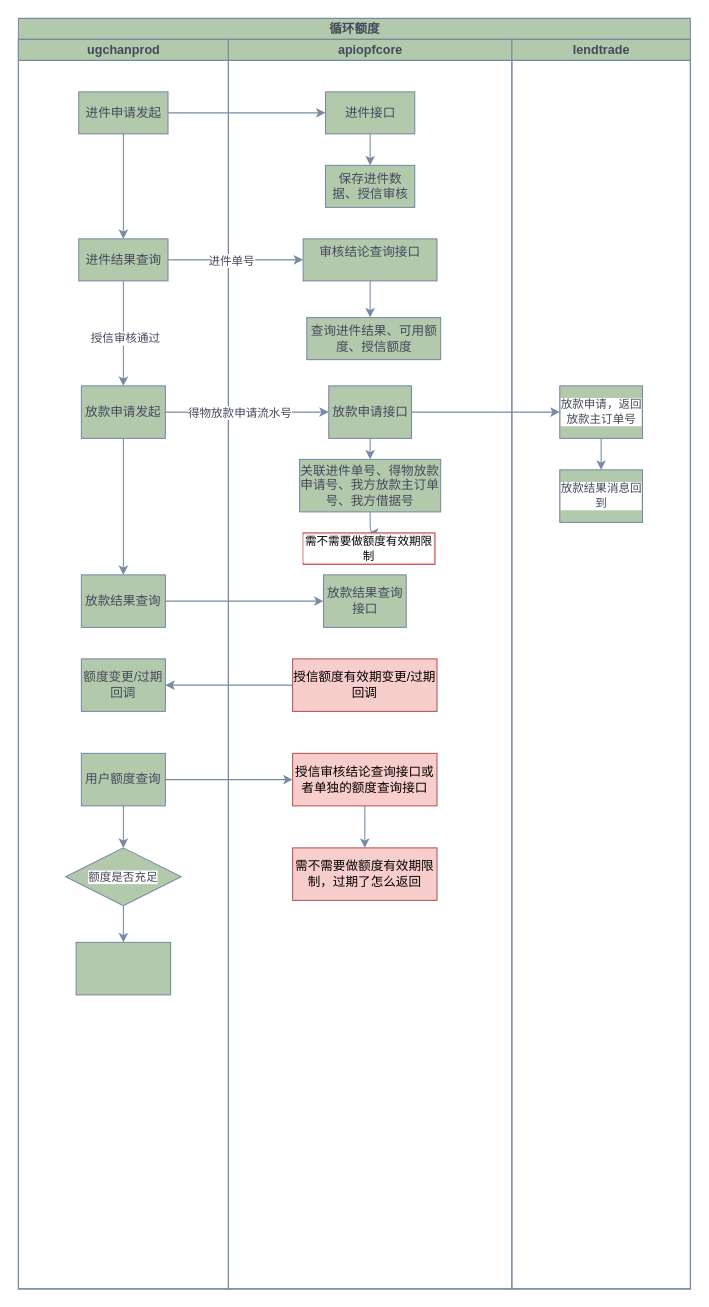
The draw.io diagram 循环额度支持.drawio in yuanlj-tea/picgo, before the edit. Source tidied: cells renumbered, new cells numbered last; positions are measured from the earlier drawing's top-left corner, leaving out a move shared by most shapes. Both pictures are drawn from the tidied source at 105%, with x=0, y=0 at pixel (18, 18).
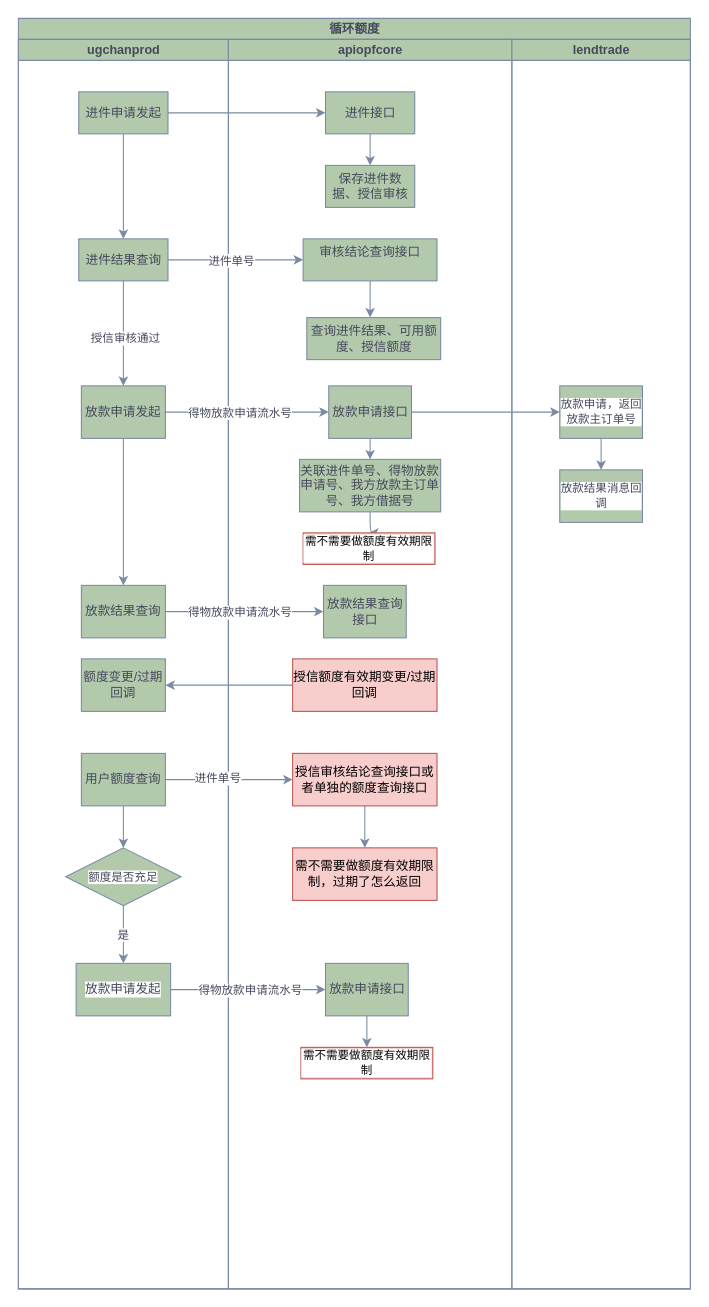
The same diagram, later.

Commit message (it also covers changes not shown here):
更新循环额度支持.drawio

Unchanged cells that the change refers to:
```xml
<mxCell id="2" value="循环额度" style="swimlane;startSize=20;html=1;labelBackgroundColor=none;fillColor=#B2C9AB;strokeColor=#788AA3;fontColor=#46495D;" parent="1" vertex="1">
  <mxGeometry width="640" height="1210" as="geometry" />
</mxCell>
<mxCell id="3" value="ugchanprod" style="swimlane;startSize=20;html=1;labelBackgroundColor=none;fillColor=#B2C9AB;strokeColor=#788AA3;fontColor=#46495D;" parent="2" vertex="1">
  <mxGeometry y="20" width="200" height="1190" as="geometry" />
</mxCell>
<mxCell id="10" value="额度是否充足" style="rhombus;whiteSpace=wrap;html=1;strokeColor=#788AA3;fontFamily=Helvetica;fontSize=11;fontColor=#46495D;labelBackgroundColor=default;fillColor=#B2C9AB;" parent="3" vertex="1">
  <mxGeometry x="45" y="770" width="110" height="55" as="geometry" />
</mxCell>
<mxCell id="12" value="apiopfcore" style="swimlane;startSize=20;html=1;labelBackgroundColor=none;fillColor=#B2C9AB;strokeColor=#788AA3;fontColor=#46495D;" parent="2" vertex="1">
  <mxGeometry x="200" y="20" width="270" height="1190" as="geometry" />
</mxCell>
<mxCell id="30" value="lendtrade" style="swimlane;startSize=20;html=1;labelBackgroundColor=none;fillColor=#B2C9AB;strokeColor=#788AA3;fontColor=#46495D;" parent="2" vertex="1">
  <mxGeometry x="470" y="20" width="170" height="1190" as="geometry" />
</mxCell>
<mxCell id="43" style="edgeStyle=orthogonalEdgeStyle;shape=connector;curved=0;rounded=1;jettySize=auto;html=1;entryX=0;entryY=0.5;entryDx=0;entryDy=0;strokeColor=#788AA3;align=center;verticalAlign=middle;fontFamily=Helvetica;fontSize=11;fontColor=#46495D;labelBackgroundColor=default;endArrow=classic;fillColor=#B2C9AB;" parent="2" edge="1" source="5" target="23">
  <mxGeometry relative="1" as="geometry" />
</mxCell>
<mxCell id="46" style="edgeStyle=orthogonalEdgeStyle;shape=connector;curved=0;rounded=1;jettySize=auto;html=1;entryX=0;entryY=0.5;entryDx=0;entryDy=0;strokeColor=#788AA3;align=center;verticalAlign=middle;fontFamily=Helvetica;fontSize=11;fontColor=#46495D;labelBackgroundColor=default;endArrow=classic;fillColor=#B2C9AB;" parent="2" edge="1" source="7" target="25">
  <mxGeometry relative="1" as="geometry" />
</mxCell>
```

Change to the diagram source:
```diff
@@
     <mxCell id="5" value="放款结果查询" style="whiteSpace=wrap;html=1;fillColor=#B2C9AB;strokeColor=#788AA3;fontColor=#46495D;rounded=0;" parent="3" vertex="1">
-      <mxGeometry x="60" y="510" width="80" height="50" as="geometry" />
+      <mxGeometry x="60" y="520" width="80" height="50" as="geometry" />
     </mxCell>
@@
-    <mxCell id="9" style="edgeStyle=orthogonalEdgeStyle;shape=connector;curved=0;rounded=1;jettySize=auto;html=1;strokeColor=#788AA3;align=center;verticalAlign=middle;fontFamily=Helvetica;fontSize=11;fontColor=#46495D;labelBackgroundColor=default;endArrow=classic;fillColor=#B2C9AB;" parent="3" edge="1" source="10" target="11">
+    <mxCell id="9" value="是" style="edgeStyle=orthogonalEdgeStyle;shape=connector;curved=0;rounded=1;jettySize=auto;html=1;strokeColor=#788AA3;align=center;verticalAlign=middle;fontFamily=Helvetica;fontSize=11;fontColor=#46495D;labelBackgroundColor=default;endArrow=classic;fillColor=#B2C9AB;" parent="3" edge="1" source="10" target="11">
       <mxGeometry relative="1" as="geometry" />
     </mxCell>
@@
-    <mxCell id="11" style="whiteSpace=wrap;html=1;fontSize=11;fillColor=#B2C9AB;strokeColor=#788AA3;fontColor=#46495D;labelBackgroundColor=default;" parent="3" vertex="1">
-      <mxGeometry x="55" y="860" width="90" height="50" as="geometry" />
+    <mxCell id="11" value="&lt;span style=&quot;font-size: 12px; background-color: rgb(251, 251, 251);&quot;&gt;放款申请发起&lt;/span&gt;" style="whiteSpace=wrap;html=1;fontSize=11;fillColor=#B2C9AB;strokeColor=#788AA3;fontColor=#46495D;labelBackgroundColor=default;" parent="3" vertex="1">
+      <mxGeometry x="55" y="880" width="90" height="50" as="geometry" />
     </mxCell>
@@
     <mxCell id="23" value="放款结果查询接口" style="whiteSpace=wrap;html=1;fillColor=#B2C9AB;strokeColor=#788AA3;fontColor=#46495D;rounded=0;" parent="12" vertex="1">
-      <mxGeometry x="90.6" y="510" width="78.8" height="50" as="geometry" />
+      <mxGeometry x="90.6" y="520" width="78.8" height="50" as="geometry" />
     </mxCell>
@@
+    <mxCell id="48" style="edgeStyle=orthogonalEdgeStyle;shape=connector;curved=0;rounded=1;jettySize=auto;html=1;entryX=0.5;entryY=0;entryDx=0;entryDy=0;strokeColor=#788AA3;align=center;verticalAlign=middle;fontFamily=Helvetica;fontSize=11;fontColor=#46495D;labelBackgroundColor=default;endArrow=classic;fillColor=#B2C9AB;" parent="12" edge="1" source="49" target="50">
+      <mxGeometry relative="1" as="geometry" />
+    </mxCell>
+    <mxCell id="49" value="放款申请接口" style="whiteSpace=wrap;html=1;fillColor=#B2C9AB;strokeColor=#788AA3;fontColor=#46495D;rounded=0;" parent="12" vertex="1">
+      <mxGeometry x="92.5" y="880" width="78.8" height="50" as="geometry" />
+    </mxCell>
+    <mxCell id="50" value="需不需要做额度有效期限制" style="whiteSpace=wrap;html=1;fillColor=#f8cecc;strokeColor=#b85450;rounded=0;fontFamily=Helvetica;fontSize=11;labelBackgroundColor=default;" parent="12" vertex="1">
+      <mxGeometry x="69.1" y="960" width="125.6" height="30" as="geometry" />
+    </mxCell>
@@
-    <mxCell id="32" value="放款结果消息回到" style="whiteSpace=wrap;html=1;fillColor=#B2C9AB;strokeColor=#788AA3;fontColor=#46495D;rounded=0;fontFamily=Helvetica;fontSize=11;labelBackgroundColor=default;" parent="30" vertex="1">
+    <mxCell id="32" value="放款结果消息回调" style="whiteSpace=wrap;html=1;fillColor=#B2C9AB;strokeColor=#788AA3;fontColor=#46495D;rounded=0;fontFamily=Helvetica;fontSize=11;labelBackgroundColor=default;" parent="30" vertex="1">
       <mxGeometry x="45.6" y="410" width="78.8" height="50" as="geometry" />
     </mxCell>
@@
+    <mxCell id="51" value="得物放款申请流水号" style="edgeLabel;html=1;align=center;verticalAlign=middle;strokeColor=#788AA3;fontFamily=Helvetica;fontSize=11;fontColor=#46495D;labelBackgroundColor=default;fillColor=#B2C9AB;" parent="43" vertex="1">
+      <mxGeometry x="-0.5" relative="1" as="geometry">
+        <mxPoint x="32" as="offset" />
+      </mxGeometry>
+    </mxCell>
@@
+    <mxCell id="52" value="进件单号" style="edgeLabel;html=1;align=center;verticalAlign=middle;strokeColor=#788AA3;fontFamily=Helvetica;fontSize=11;fontColor=#46495D;labelBackgroundColor=default;fillColor=#B2C9AB;" parent="46" vertex="1">
+      <mxGeometry x="-0.19" y="2" relative="1" as="geometry" />
+    </mxCell>
@@
+    <mxCell id="53" style="edgeStyle=orthogonalEdgeStyle;shape=connector;curved=0;rounded=1;jettySize=auto;html=1;entryX=0;entryY=0.5;entryDx=0;entryDy=0;strokeColor=#788AA3;align=center;verticalAlign=middle;fontFamily=Helvetica;fontSize=11;fontColor=#46495D;labelBackgroundColor=default;endArrow=classic;fillColor=#B2C9AB;" parent="2" edge="1" source="11" target="49">
+      <mxGeometry relative="1" as="geometry" />
+    </mxCell>
+    <mxCell id="54" value="得物放款申请流水号" style="edgeLabel;html=1;align=center;verticalAlign=middle;strokeColor=#788AA3;fontFamily=Helvetica;fontSize=11;fontColor=#46495D;labelBackgroundColor=default;fillColor=#B2C9AB;" parent="53" vertex="1">
+      <mxGeometry x="-0.27" y="1" relative="1" as="geometry">
+        <mxPoint x="21" y="1" as="offset" />
+      </mxGeometry>
+    </mxCell>
```
